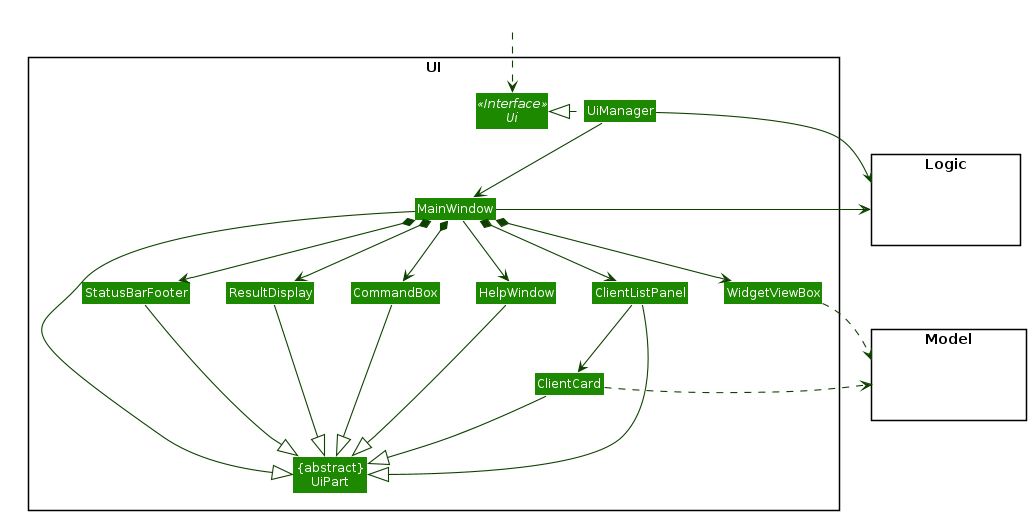
tankangliang/tp keeps this PlantUML diagram as docs/images/UiClassDiagram.png. Above is the earlier version.
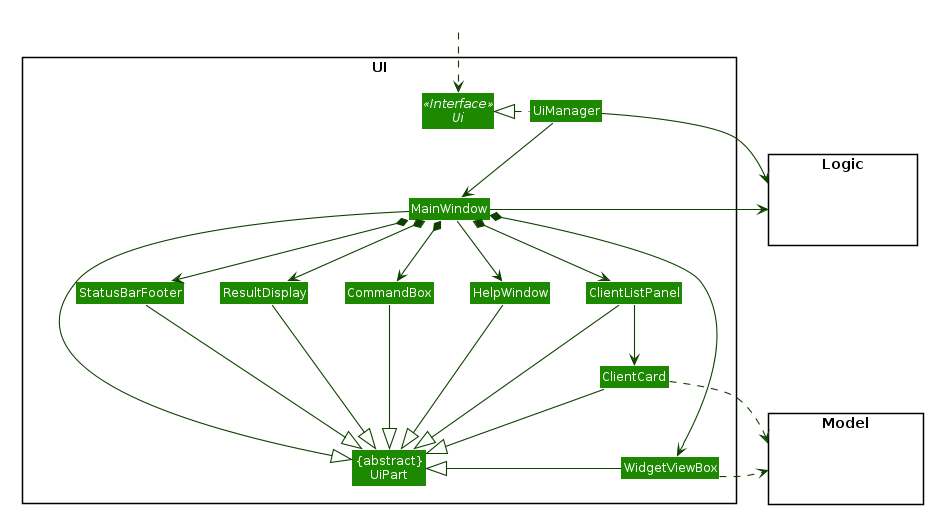
After the commit.

What changed in the source:
```diff
@@ -95,6 +95,7 @@
 ClientCard --|> UiPart
 StatusBarFooter --|> UiPart
 HelpWindow -down-|> UiPart
+WidgetViewBox -left-|> UiPart
 
 WidgetViewBox .right.> Model
 ClientCard .right.> Model
```
